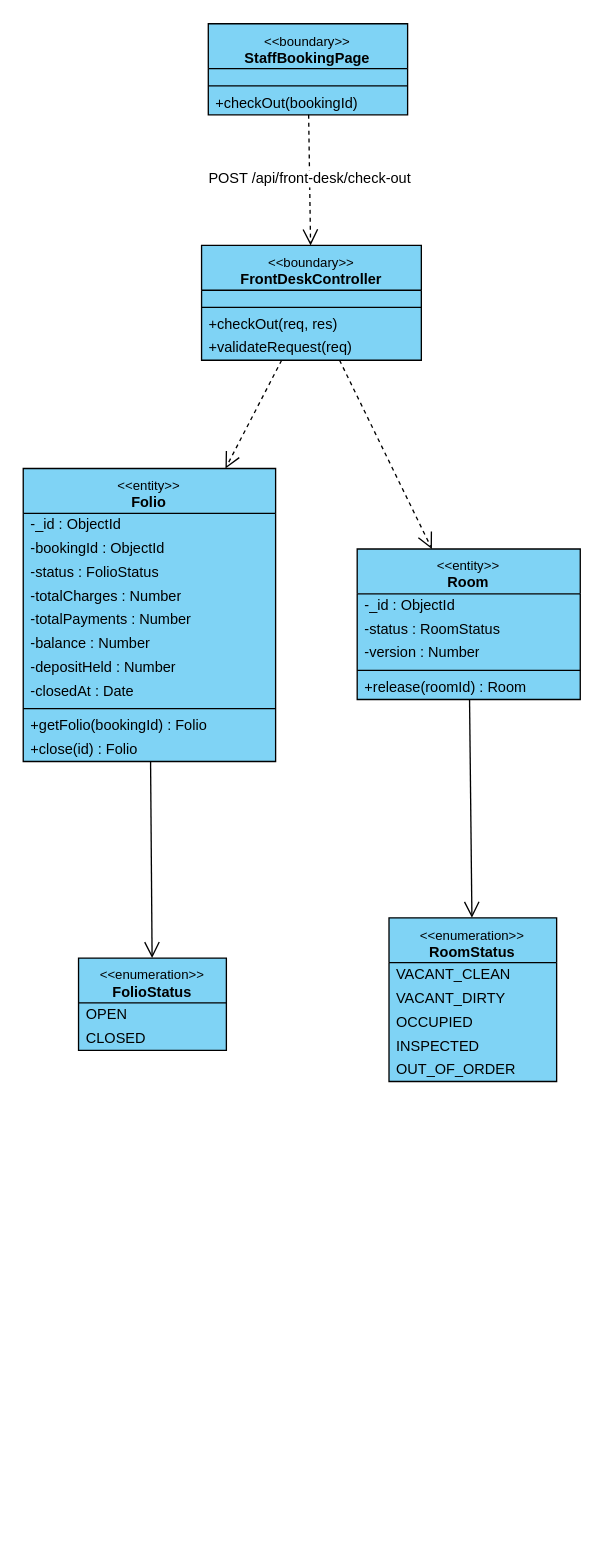
Earlier version of the draw.io diagram final/diagrams/M5_Front-Desk-And-HR_Diagrams/class_diagrams/CD-18_UC-R09_CheckOutGuest.drawio (toikobi401/SWD392). Source tidied: cells renumbered, new cells numbered last; positions are measured from the earlier drawing's top-left corner, leaving out a move shared by most shapes. Both pictures are drawn from the tidied source at 132%, with x=0, y=0 at pixel (22, 22).
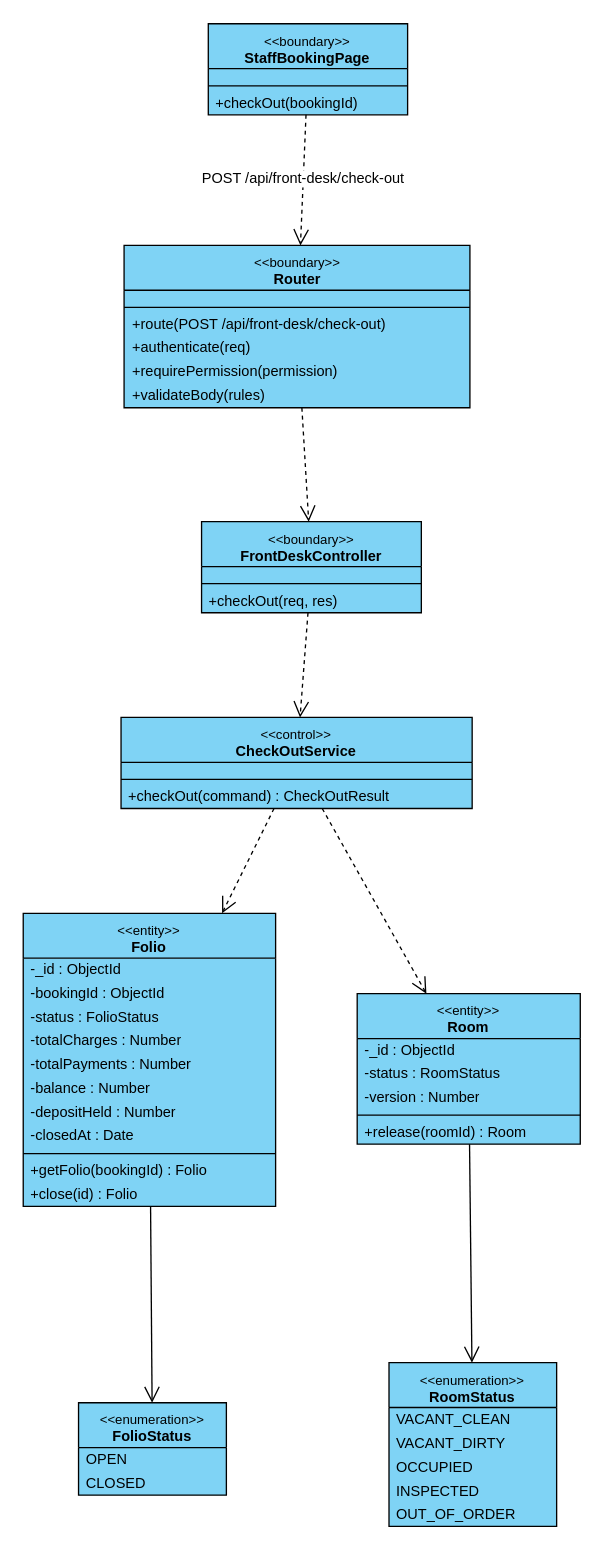
Above is the later version.

Unchanged cells that the change refers to:
```xml
<mxCell id="2" value="&lt;font style=&quot;font-size:10px&quot;&gt;&amp;lt;&amp;lt;boundary&amp;gt;&amp;gt;&lt;/font&gt;&lt;br&gt;&lt;b&gt;StaffBookingPage&lt;/b&gt;" style="swimlane;fontStyle=0;align=center;verticalAlign=top;horizontal=1;startSize=34;html=1;whiteSpace=wrap;fontSize=11;fillColor=#7fd3f5;swimlaneFillColor=#7fd3f5;strokeColor=#000000;" parent="1" vertex="1">
  <mxGeometry x="140.3" y="0.5" width="151" height="69" as="geometry" />
</mxCell>
```

The edit, as a diff of the source:
```diff
@@
+    <mxCell id="43" value="&lt;font style=&quot;font-size:10px&quot;&gt;&amp;lt;&amp;lt;boundary&amp;gt;&amp;gt;&lt;/font&gt;&lt;br&gt;&lt;b&gt;Router&lt;/b&gt;" style="swimlane;fontStyle=0;align=center;verticalAlign=top;horizontal=1;startSize=34;html=1;whiteSpace=wrap;fontSize=11;fillColor=#7fd3f5;swimlaneFillColor=#7fd3f5;strokeColor=#000000;" parent="1" vertex="1">
+      <mxGeometry x="76.5" y="168.4" width="262" height="123" as="geometry" />
+    </mxCell>
+    <mxCell id="44" style="text;strokeColor=none;fillColor=none;html=1;" parent="43" vertex="1">
+      <mxGeometry y="34" width="262" height="9" as="geometry" />
+    </mxCell>
+    <mxCell id="45" style="line;strokeWidth=1;fillColor=none;align=left;verticalAlign=middle;spacingTop=-1;spacingLeft=3;spacingRight=3;labelPosition=right;strokeColor=#000000;" parent="43" vertex="1">
+      <mxGeometry y="43" width="262" height="8" as="geometry" />
+    </mxCell>
+    <mxCell id="46" value="+route(POST /api/front-desk/check-out)" style="text;strokeColor=none;fillColor=none;align=left;verticalAlign=middle;spacingLeft=4;spacingRight=4;overflow=hidden;whiteSpace=nowrap;html=1;fontSize=11;" parent="43" vertex="1">
+      <mxGeometry y="51" width="262" height="18" as="geometry" />
+    </mxCell>
+    <mxCell id="47" value="+authenticate(req)" style="text;strokeColor=none;fillColor=none;align=left;verticalAlign=middle;spacingLeft=4;spacingRight=4;overflow=hidden;whiteSpace=nowrap;html=1;fontSize=11;" parent="43" vertex="1">
+      <mxGeometry y="69" width="262" height="18" as="geometry" />
+    </mxCell>
+    <mxCell id="48" value="+requirePermission(permission)" style="text;strokeColor=none;fillColor=none;align=left;verticalAlign=middle;spacingLeft=4;spacingRight=4;overflow=hidden;whiteSpace=nowrap;html=1;fontSize=11;" parent="43" vertex="1">
+      <mxGeometry y="87" width="262" height="18" as="geometry" />
+    </mxCell>
+    <mxCell id="49" value="+validateBody(rules)" style="text;strokeColor=none;fillColor=none;align=left;verticalAlign=middle;spacingLeft=4;spacingRight=4;overflow=hidden;whiteSpace=nowrap;html=1;fontSize=11;" parent="43" vertex="1">
+      <mxGeometry y="105" width="262" height="18" as="geometry" />
+    </mxCell>
     <mxCell id="6" value="&lt;font style=&quot;font-size:10px&quot;&gt;&amp;lt;&amp;lt;boundary&amp;gt;&amp;gt;&lt;/font&gt;&lt;br&gt;&lt;b&gt;FrontDeskController&lt;/b&gt;" style="swimlane;fontStyle=0;align=center;verticalAlign=top;horizontal=1;startSize=34;html=1;whiteSpace=wrap;fontSize=11;fillColor=#7fd3f5;swimlaneFillColor=#7fd3f5;strokeColor=#000000;" parent="1" vertex="1">
-      <mxGeometry x="135.2" y="168.4" width="166.5" height="87" as="geometry" />
+      <mxGeometry x="135.2" y="377.7" width="166.5" height="69" as="geometry" />
     </mxCell>
@@
-    <mxCell id="10" value="+validateRequest(req)" style="text;strokeColor=none;fillColor=none;align=left;verticalAlign=middle;spacingLeft=4;spacingRight=4;overflow=hidden;whiteSpace=nowrap;html=1;fontSize=11;" parent="6" vertex="1">
-      <mxGeometry y="69" width="166.5" height="18" as="geometry" />
-    </mxCell>
+    <mxCell id="50" value="&lt;font style=&quot;font-size:10px&quot;&gt;&amp;lt;&amp;lt;control&amp;gt;&amp;gt;&lt;/font&gt;&lt;br&gt;&lt;b&gt;CheckOutService&lt;/b&gt;" style="swimlane;fontStyle=0;align=center;verticalAlign=top;horizontal=1;startSize=34;html=1;whiteSpace=wrap;fontSize=11;fillColor=#7fd3f5;swimlaneFillColor=#7fd3f5;strokeColor=#000000;" parent="1" vertex="1">
+      <mxGeometry x="74.2" y="526" width="266" height="69" as="geometry" />
+    </mxCell>
+    <mxCell id="51" style="text;strokeColor=none;fillColor=none;html=1;" parent="50" vertex="1">
+      <mxGeometry y="34" width="266" height="9" as="geometry" />
+    </mxCell>
+    <mxCell id="52" style="line;strokeWidth=1;fillColor=none;align=left;verticalAlign=middle;spacingTop=-1;spacingLeft=3;spacingRight=3;labelPosition=right;strokeColor=#000000;" parent="50" vertex="1">
+      <mxGeometry y="43" width="266" height="8" as="geometry" />
+    </mxCell>
+    <mxCell id="53" value="+checkOut(command) : CheckOutResult" style="text;strokeColor=none;fillColor=none;align=left;verticalAlign=middle;spacingLeft=4;spacingRight=4;overflow=hidden;whiteSpace=nowrap;html=1;fontSize=11;" parent="50" vertex="1">
+      <mxGeometry y="51" width="266" height="18" as="geometry" />
+    </mxCell>
     <mxCell id="11" value="&lt;font style=&quot;font-size:10px&quot;&gt;&amp;lt;&amp;lt;entity&amp;gt;&amp;gt;&lt;/font&gt;&lt;br&gt;&lt;b&gt;Folio&lt;/b&gt;" style="swimlane;fontStyle=0;align=center;verticalAlign=top;horizontal=1;startSize=34;html=1;whiteSpace=wrap;fontSize=11;fillColor=#7fd3f5;swimlaneFillColor=#7fd3f5;strokeColor=#000000;" parent="1" vertex="1">
-      <mxGeometry x="0.1" y="337.4" width="191.2" height="222" as="geometry" />
+      <mxGeometry x="0.1" y="674.4" width="191.2" height="222" as="geometry" />
     </mxCell>
@@
     <mxCell id="23" value="&lt;font style=&quot;font-size:10px&quot;&gt;&amp;lt;&amp;lt;entity&amp;gt;&amp;gt;&lt;/font&gt;&lt;br&gt;&lt;b&gt;Room&lt;/b&gt;" style="swimlane;fontStyle=0;align=center;verticalAlign=top;horizontal=1;startSize=34;html=1;whiteSpace=wrap;fontSize=11;fillColor=#7fd3f5;swimlaneFillColor=#7fd3f5;strokeColor=#000000;" parent="1" vertex="1">
-      <mxGeometry x="253.1" y="398.4" width="169" height="114" as="geometry" />
+      <mxGeometry x="253.1" y="735.3" width="169" height="114" as="geometry" />
     </mxCell>
@@
     <mxCell id="29" value="&lt;font style=&quot;font-size:10px&quot;&gt;&amp;lt;&amp;lt;enumeration&amp;gt;&amp;gt;&lt;/font&gt;&lt;br&gt;&lt;b&gt;FolioStatus&lt;/b&gt;" style="swimlane;fontStyle=0;align=center;verticalAlign=top;horizontal=1;startSize=34;html=1;whiteSpace=wrap;fontSize=11;fillColor=#7fd3f5;swimlaneFillColor=#7fd3f5;strokeColor=#000000;" parent="1" vertex="1">
-      <mxGeometry x="42" y="708.3" width="112" height="70" as="geometry" />
+      <mxGeometry x="42" y="1045.2" width="112" height="70" as="geometry" />
     </mxCell>
@@
     <mxCell id="32" value="&lt;font style=&quot;font-size:10px&quot;&gt;&amp;lt;&amp;lt;enumeration&amp;gt;&amp;gt;&lt;/font&gt;&lt;br&gt;&lt;b&gt;RoomStatus&lt;/b&gt;" style="swimlane;fontStyle=0;align=center;verticalAlign=top;horizontal=1;startSize=34;html=1;whiteSpace=wrap;fontSize=11;fillColor=#7fd3f5;swimlaneFillColor=#7fd3f5;strokeColor=#000000;" parent="1" vertex="1">
-      <mxGeometry x="277.2" y="677.8" width="127" height="124" as="geometry" />
+      <mxGeometry x="277.2" y="1014.8" width="127" height="124" as="geometry" />
     </mxCell>
@@
-    <mxCell id="38" value="POST /api/front-desk/check-out" style="html=1;rounded=0;fontSize=11;labelBackgroundColor=#ffffff;dashed=1;endArrow=open;endSize=10;" parent="1" edge="1" source="2" target="6">
+    <mxCell id="38" value="POST /api/front-desk/check-out" style="html=1;rounded=0;fontSize=11;labelBackgroundColor=#ffffff;dashed=1;endArrow=open;endSize=10;" parent="1" edge="1" source="2" target="43">
       <mxGeometry relative="1" as="geometry" />
     </mxCell>
-    <mxCell id="39" style="html=1;rounded=0;fontSize=11;labelBackgroundColor=#ffffff;dashed=1;endArrow=open;endSize=10;" parent="1" edge="1" source="6" target="11">
+    <mxCell id="39" style="html=1;rounded=0;fontSize=11;labelBackgroundColor=#ffffff;dashed=1;endArrow=open;endSize=10;" parent="1" edge="1" source="43" target="6">
       <mxGeometry relative="1" as="geometry" />
     </mxCell>
-    <mxCell id="40" style="html=1;rounded=0;fontSize=11;labelBackgroundColor=#ffffff;dashed=1;endArrow=open;endSize=10;" parent="1" edge="1" source="6" target="23">
+    <mxCell id="40" style="html=1;rounded=0;fontSize=11;labelBackgroundColor=#ffffff;dashed=1;endArrow=open;endSize=10;" parent="1" edge="1" source="6" target="50">
       <mxGeometry relative="1" as="geometry" />
     </mxCell>
-    <mxCell id="41" style="html=1;rounded=0;fontSize=11;labelBackgroundColor=#ffffff;endArrow=open;endSize=10;" parent="1" edge="1" source="11" target="29">
+    <mxCell id="41" style="html=1;rounded=0;fontSize=11;labelBackgroundColor=#ffffff;dashed=1;endArrow=open;endSize=10;" parent="1" edge="1" source="50" target="11">
       <mxGeometry relative="1" as="geometry" />
     </mxCell>
-    <mxCell id="42" style="html=1;rounded=0;fontSize=11;labelBackgroundColor=#ffffff;endArrow=open;endSize=10;" parent="1" edge="1" source="23" target="32">
+    <mxCell id="42" style="html=1;rounded=0;fontSize=11;labelBackgroundColor=#ffffff;dashed=1;endArrow=open;endSize=10;" parent="1" edge="1" source="50" target="23">
       <mxGeometry relative="1" as="geometry" />
     </mxCell>
+    <mxCell id="54" style="html=1;rounded=0;fontSize=11;labelBackgroundColor=#ffffff;endArrow=open;endSize=10;" parent="1" edge="1" source="11" target="29">
+      <mxGeometry relative="1" as="geometry" />
+    </mxCell>
+    <mxCell id="55" style="html=1;rounded=0;fontSize=11;labelBackgroundColor=#ffffff;endArrow=open;endSize=10;" parent="1" edge="1" source="23" target="32">
+      <mxGeometry relative="1" as="geometry" />
+    </mxCell>
```
